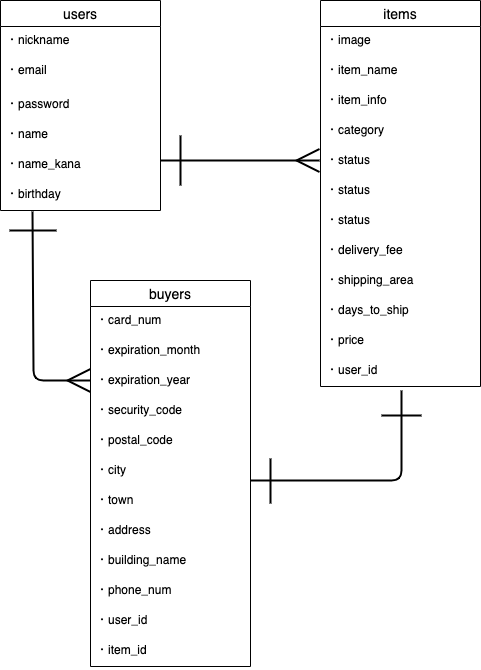
spice-wasabi/furima-31827 keeps this draw.io diagram as .drawio.png. Above is the earlier version. Source tidied: cells renumbered, new cells last; positions are measured from the earlier drawing's top-left corner, leaving out a move shared by most shapes.
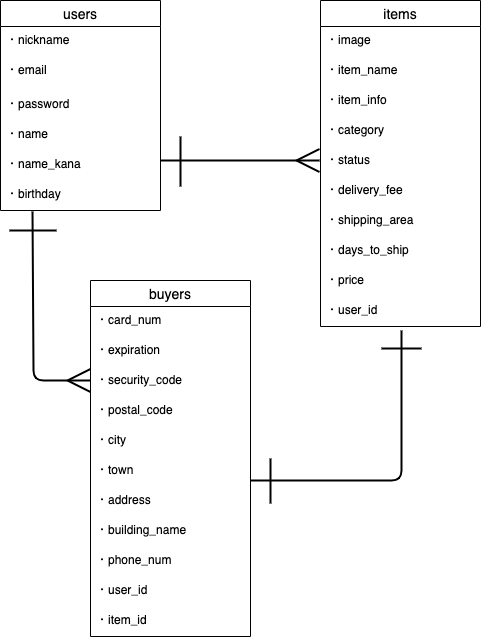
The same file after the commit.

What changed in the source:
```diff
@@ -24,7 +24,7 @@
       <mxGeometry y="180" width="160" height="30" as="geometry" />
     </mxCell>
     <mxCell id="9" value="items" style="swimlane;fontStyle=0;horizontal=1;startSize=26;align=center;fontSize=14;" parent="1" vertex="1">
-      <mxGeometry x="320" width="160" height="386" as="geometry" />
+      <mxGeometry x="320" width="160" height="326" as="geometry" />
     </mxCell>
     <mxCell id="10" value="・image" style="text;strokeColor=none;fillColor=none;spacingLeft=4;spacingRight=4;overflow=hidden;fontSize=12;" parent="9" vertex="1">
       <mxGeometry y="26" width="160" height="30" as="geometry" />
@@ -38,68 +38,59 @@
     <mxCell id="13" value="・category" style="text;strokeColor=none;fillColor=none;spacingLeft=4;spacingRight=4;overflow=hidden;fontSize=12;" parent="9" vertex="1">
       <mxGeometry y="116" width="160" height="30" as="geometry" />
     </mxCell>
-    <mxCell id="14" value="・status" style="text;strokeColor=none;fillColor=none;spacingLeft=4;spacingRight=4;overflow=hidden;fontSize=12;" parent="9" vertex="1">
-      <mxGeometry y="146" width="160" height="30" as="geometry" />
-    </mxCell>
-    <mxCell id="15" value="・status" style="text;strokeColor=none;fillColor=none;spacingLeft=4;spacingRight=4;overflow=hidden;fontSize=12;" parent="9" vertex="1">
-      <mxGeometry y="176" width="160" height="30" as="geometry" />
-    </mxCell>
     <mxCell id="16" value="・status" style="text;strokeColor=none;fillColor=none;spacingLeft=4;spacingRight=4;overflow=hidden;fontSize=12;" parent="9" vertex="1">
-      <mxGeometry y="206" width="160" height="30" as="geometry" />
+      <mxGeometry y="146" width="160" height="30" as="geometry" />
     </mxCell>
     <mxCell id="17" value="・delivery_fee" style="text;strokeColor=none;fillColor=none;spacingLeft=4;spacingRight=4;overflow=hidden;fontSize=12;" parent="9" vertex="1">
-      <mxGeometry y="236" width="160" height="30" as="geometry" />
+      <mxGeometry y="176" width="160" height="30" as="geometry" />
     </mxCell>
     <mxCell id="18" value="・shipping_area" style="text;strokeColor=none;fillColor=none;spacingLeft=4;spacingRight=4;overflow=hidden;fontSize=12;" parent="9" vertex="1">
-      <mxGeometry y="266" width="160" height="30" as="geometry" />
+      <mxGeometry y="206" width="160" height="30" as="geometry" />
     </mxCell>
     <mxCell id="19" value="・days_to_ship" style="text;strokeColor=none;fillColor=none;spacingLeft=4;spacingRight=4;overflow=hidden;fontSize=12;" parent="9" vertex="1">
-      <mxGeometry y="296" width="160" height="30" as="geometry" />
+      <mxGeometry y="236" width="160" height="30" as="geometry" />
     </mxCell>
     <mxCell id="20" value="・price" style="text;strokeColor=none;fillColor=none;spacingLeft=4;spacingRight=4;overflow=hidden;fontSize=12;" parent="9" vertex="1">
-      <mxGeometry y="326" width="160" height="30" as="geometry" />
+      <mxGeometry y="266" width="160" height="30" as="geometry" />
     </mxCell>
     <mxCell id="21" value="・user_id" style="text;strokeColor=none;fillColor=none;spacingLeft=4;spacingRight=4;overflow=hidden;points=[[0,0.5],[1,0.5]];portConstraint=eastwest;fontSize=12;" parent="9" vertex="1">
-      <mxGeometry y="356" width="160" height="30" as="geometry" />
+      <mxGeometry y="296" width="160" height="30" as="geometry" />
     </mxCell>
     <mxCell id="22" value="buyers" style="swimlane;fontStyle=0;horizontal=1;startSize=26;align=center;fontSize=14;" parent="1" vertex="1">
-      <mxGeometry x="90" y="280" width="160" height="386" as="geometry" />
+      <mxGeometry x="90" y="280" width="160" height="356" as="geometry" />
     </mxCell>
     <mxCell id="23" value="・card_num" style="text;strokeColor=none;fillColor=none;spacingLeft=4;spacingRight=4;overflow=hidden;fontSize=12;" parent="22" vertex="1">
       <mxGeometry y="26" width="160" height="30" as="geometry" />
     </mxCell>
-    <mxCell id="24" value="・expiration_month" style="text;strokeColor=none;fillColor=none;spacingLeft=4;spacingRight=4;overflow=hidden;fontSize=12;" parent="22" vertex="1">
+    <mxCell id="24" value="・expiration" style="text;strokeColor=none;fillColor=none;spacingLeft=4;spacingRight=4;overflow=hidden;fontSize=12;" parent="22" vertex="1">
       <mxGeometry y="56" width="160" height="30" as="geometry" />
     </mxCell>
-    <mxCell id="25" value="・expiration_year" style="text;strokeColor=none;fillColor=none;spacingLeft=4;spacingRight=4;overflow=hidden;fontSize=12;" parent="22" vertex="1">
-      <mxGeometry y="86" width="160" height="30" as="geometry" />
-    </mxCell>
     <mxCell id="26" value="・security_code" style="text;strokeColor=none;fillColor=none;spacingLeft=4;spacingRight=4;overflow=hidden;fontSize=12;" parent="22" vertex="1">
-      <mxGeometry y="116" width="160" height="30" as="geometry" />
+      <mxGeometry y="86" width="160" height="30" as="geometry" />
     </mxCell>
     <mxCell id="27" value="・postal_code" style="text;strokeColor=none;fillColor=none;spacingLeft=4;spacingRight=4;overflow=hidden;fontSize=12;" parent="22" vertex="1">
-      <mxGeometry y="146" width="160" height="30" as="geometry" />
+      <mxGeometry y="116" width="160" height="30" as="geometry" />
     </mxCell>
     <mxCell id="28" value="・city" style="text;strokeColor=none;fillColor=none;spacingLeft=4;spacingRight=4;overflow=hidden;fontSize=12;" parent="22" vertex="1">
-      <mxGeometry y="176" width="160" height="30" as="geometry" />
+      <mxGeometry y="146" width="160" height="30" as="geometry" />
     </mxCell>
     <mxCell id="29" value="・town" style="text;strokeColor=none;fillColor=none;spacingLeft=4;spacingRight=4;overflow=hidden;fontSize=12;" parent="22" vertex="1">
-      <mxGeometry y="206" width="160" height="30" as="geometry" />
+      <mxGeometry y="176" width="160" height="30" as="geometry" />
     </mxCell>
     <mxCell id="30" value="・address" style="text;strokeColor=none;fillColor=none;spacingLeft=4;spacingRight=4;overflow=hidden;fontSize=12;" parent="22" vertex="1">
-      <mxGeometry y="236" width="160" height="30" as="geometry" />
+      <mxGeometry y="206" width="160" height="30" as="geometry" />
     </mxCell>
     <mxCell id="31" value="・building_name" style="text;strokeColor=none;fillColor=none;spacingLeft=4;spacingRight=4;overflow=hidden;fontSize=12;" parent="22" vertex="1">
-      <mxGeometry y="266" width="160" height="30" as="geometry" />
+      <mxGeometry y="236" width="160" height="30" as="geometry" />
     </mxCell>
     <mxCell id="32" value="・phone_num" style="text;strokeColor=none;fillColor=none;spacingLeft=4;spacingRight=4;overflow=hidden;fontSize=12;" parent="22" vertex="1">
-      <mxGeometry y="296" width="160" height="30" as="geometry" />
+      <mxGeometry y="266" width="160" height="30" as="geometry" />
     </mxCell>
     <mxCell id="33" value="・user_id" style="text;strokeColor=none;fillColor=none;spacingLeft=4;spacingRight=4;overflow=hidden;fontSize=12;" parent="22" vertex="1">
-      <mxGeometry y="326" width="160" height="30" as="geometry" />
+      <mxGeometry y="296" width="160" height="30" as="geometry" />
     </mxCell>
     <mxCell id="34" value="・item_id" style="text;strokeColor=none;fillColor=none;spacingLeft=4;spacingRight=4;overflow=hidden;fontSize=12;" parent="22" vertex="1">
-      <mxGeometry y="356" width="160" height="30" as="geometry" />
+      <mxGeometry y="326" width="160" height="30" as="geometry" />
     </mxCell>
     <mxCell id="35" style="edgeStyle=entityRelationEdgeStyle;fontSize=12;html=1;endArrow=ERmany;strokeWidth=2;exitX=1.006;exitY=0;exitDx=0;exitDy=0;exitPerimeter=0;rounded=0;snapToPoint=0;endSize=20;" parent="1" edge="1">
       <mxGeometry relative="1" as="geometry">
@@ -124,7 +115,7 @@
       </mxGeometry>
     </mxCell>
     <mxCell id="38" style="line;strokeWidth=2;dashed=0;labelPosition=right;align=left;verticalAlign=middle;spacingTop=0;spacingLeft=6;" parent="1" vertex="1">
-      <mxGeometry x="381" y="410" width="40" height="10" as="geometry" />
+      <mxGeometry x="381" y="343" width="40" height="10" as="geometry" />
     </mxCell>
     <mxCell id="39" style="endArrow=none;html=1;rounded=0;strokeWidth=2;" parent="1" edge="1">
       <mxGeometry relative="1" as="geometry">
@@ -140,8 +131,8 @@
     </mxCell>
     <mxCell id="41" style="endArrow=none;html=1;rounded=0;strokeWidth=2;" parent="1" edge="1">
       <mxGeometry relative="1" as="geometry">
-        <mxPoint x="180" y="135" as="sourcePoint" />
-        <mxPoint x="180" y="185" as="targetPoint" />
+        <mxPoint x="180" y="136" as="sourcePoint" />
+        <mxPoint x="180" y="186" as="targetPoint" />
       </mxGeometry>
     </mxCell>
   </root>
```
